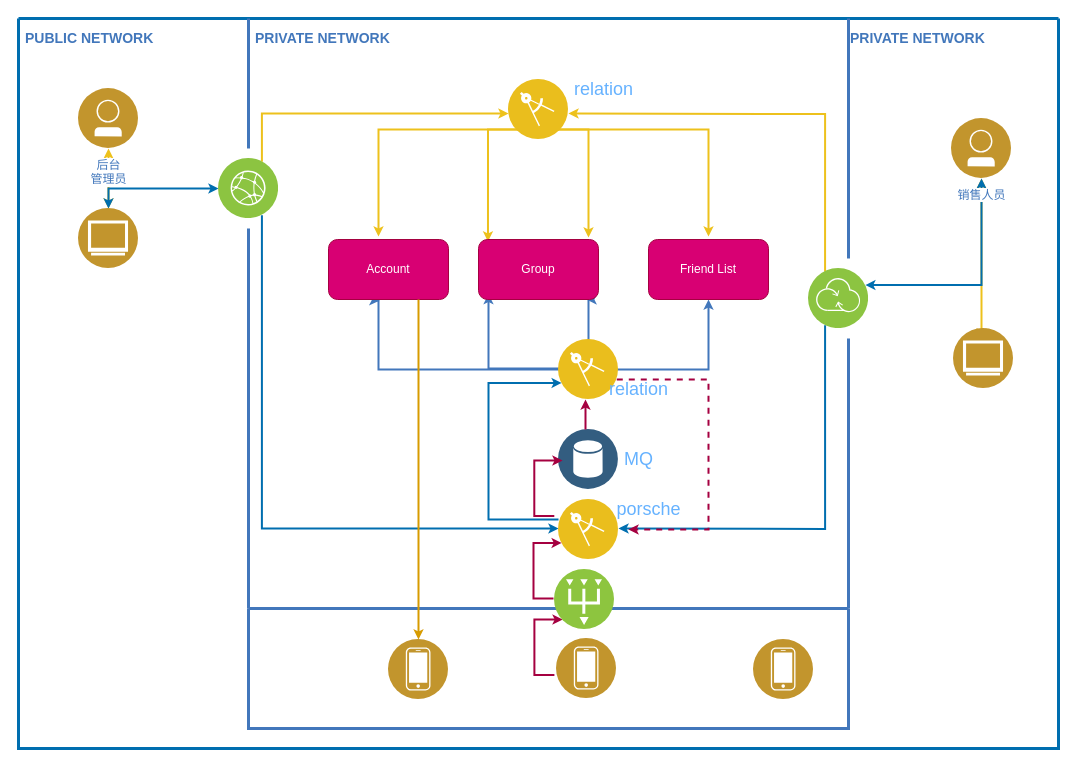
This is craft/Untitled Diagram.drawio from feihu618/drawio, a draw.io file, before an edit. Source tidied: cells renumbered, new cells numbered last; positions are measured from the earlier drawing's top-left corner, leaving out a move shared by most shapes. Both pictures are drawn from the tidied source at 100%, with x=0, y=0 at pixel (18, 18).
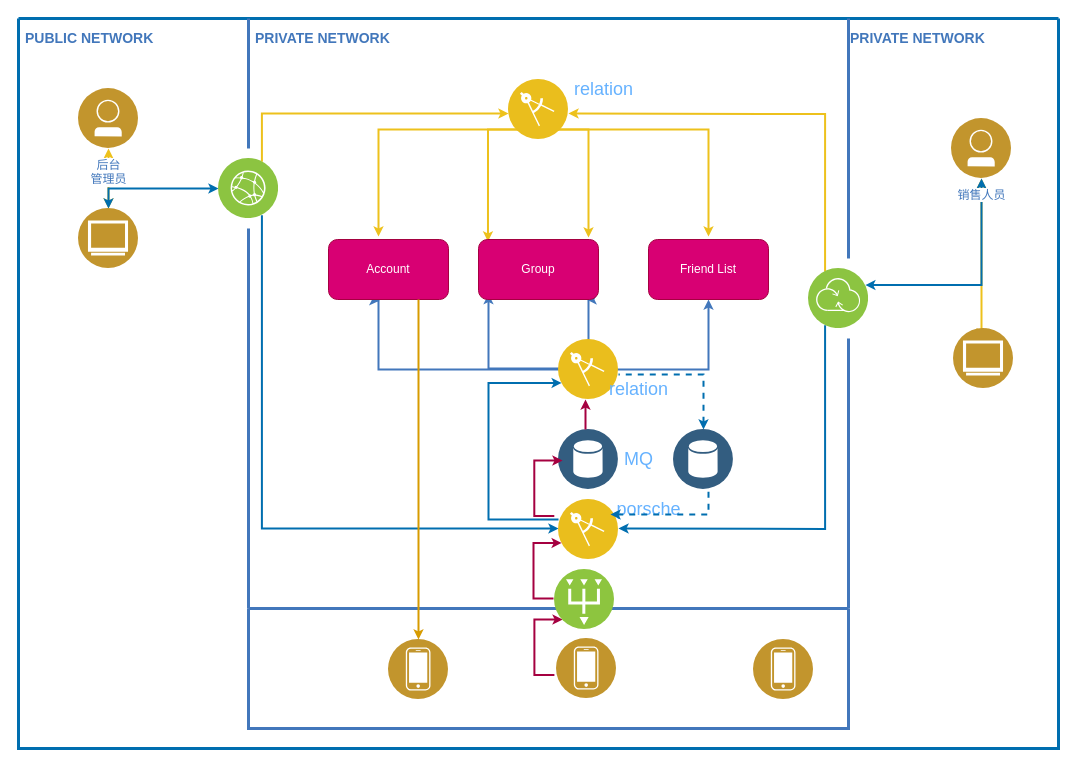
Above is the later version.

Unchanged cells that the change refers to:
```xml
<mxCell id="2" style="swimlane;shadow=0;strokeColor=#006EAF;fillColor=#1ba1e2;fontColor=#ffffff;align=right;startSize=0;noLabel=1;strokeWidth=3;" parent="1" vertex="1">
  <mxGeometry width="1040" height="730" as="geometry" />
</mxCell>
<mxCell id="35" style="perimeter=ellipsePerimeter;html=1;align=center;shadow=0;dashed=0;fontColor=#4277BB;labelBackgroundColor=#ffffff;fontSize=12;spacingTop=3;image;image=img/lib/ibm/applications/enterprise_applications.svg;" parent="2" vertex="1">
  <mxGeometry x="540" y="321" width="60" height="60" as="geometry" />
</mxCell>
<mxCell id="45" value="&lt;font color=&quot;#66b2ff&quot;&gt;&lt;span style=&quot;font-size: 18px&quot;&gt;porsche&lt;/span&gt;&lt;/font&gt;" style="text;html=1;align=center;verticalAlign=middle;points=[];fillColor=none;strokeColor=none;rounded=0;" parent="2" vertex="1">
  <mxGeometry x="590" y="481" width="80" height="20" as="geometry" />
</mxCell>
<mxCell id="46" value="&lt;font color=&quot;#66b2ff&quot;&gt;&lt;span style=&quot;font-size: 18px&quot;&gt;relation&lt;/span&gt;&lt;/font&gt;" style="text;html=1;align=center;verticalAlign=middle;points=[];fillColor=none;strokeColor=none;rounded=0;" parent="2" vertex="1">
  <mxGeometry x="585" y="361" width="70" height="20" as="geometry" />
</mxCell>
```

Diff of the diagram source:
```diff
@@
-    <mxCell id="48" style="edgeStyle=orthogonalEdgeStyle;rounded=0;html=1;labelBackgroundColor=#ffffff;jettySize=auto;strokeColor=#A50040;fontColor=#000000;strokeWidth=2;endSize=4;startSize=4;fillColor=#d80073;dashed=1;" parent="2" edge="1" source="35">
-      <mxGeometry relative="1" as="geometry">
-        <mxPoint x="610" y="511" as="targetPoint" />
-        <Array as="points">
-          <mxPoint x="690" y="361" />
-          <mxPoint x="690" y="511" />
-        </Array>
-      </mxGeometry>
-    </mxCell>
@@
+    <mxCell id="51" style="perimeter=ellipsePerimeter;html=1;align=center;shadow=0;dashed=0;image;image=img/lib/ibm/data/data_services.svg;strokeColor=#FF0000;fillColor=#FFFF66;gradientColor=none;fontColor=#4277BB;labelBackgroundColor=#ffffff;spacingTop=3;" parent="2" vertex="1">
+      <mxGeometry x="655" y="411" width="60" height="60" as="geometry" />
+    </mxCell>
+    <mxCell id="52" style="edgeStyle=orthogonalEdgeStyle;rounded=0;html=1;labelBackgroundColor=#ffffff;jettySize=auto;strokeColor=#006EAF;fontColor=#000000;strokeWidth=2;endSize=4;startSize=4;startArrow=classic;startFill=1;endArrow=none;endFill=0;fillColor=#1ba1e2;exitX=0.5;exitY=0;exitDx=0;exitDy=0;entryX=0.214;entryY=-0.25;entryDx=0;entryDy=0;entryPerimeter=0;dashed=1;" parent="2" edge="1" source="51" target="46">
+      <mxGeometry relative="1" as="geometry">
+        <Array as="points">
+          <mxPoint x="685" y="356" />
+        </Array>
+      </mxGeometry>
+    </mxCell>
+    <mxCell id="53" style="edgeStyle=orthogonalEdgeStyle;rounded=0;html=1;labelBackgroundColor=#ffffff;jettySize=auto;strokeColor=#006EAF;fontColor=#000000;strokeWidth=2;endSize=4;startSize=4;startArrow=classic;startFill=1;endArrow=none;endFill=0;fillColor=#1ba1e2;exitX=0.025;exitY=0.75;exitDx=0;exitDy=0;entryX=0.214;entryY=-0.25;entryDx=0;entryDy=0;entryPerimeter=0;dashed=1;exitPerimeter=0;" parent="2" edge="1" source="45">
+      <mxGeometry relative="1" as="geometry">
+        <mxPoint x="690" y="471" as="targetPoint" />
+        <Array as="points">
+          <mxPoint x="690" y="496" />
+        </Array>
+      </mxGeometry>
+    </mxCell>
```
